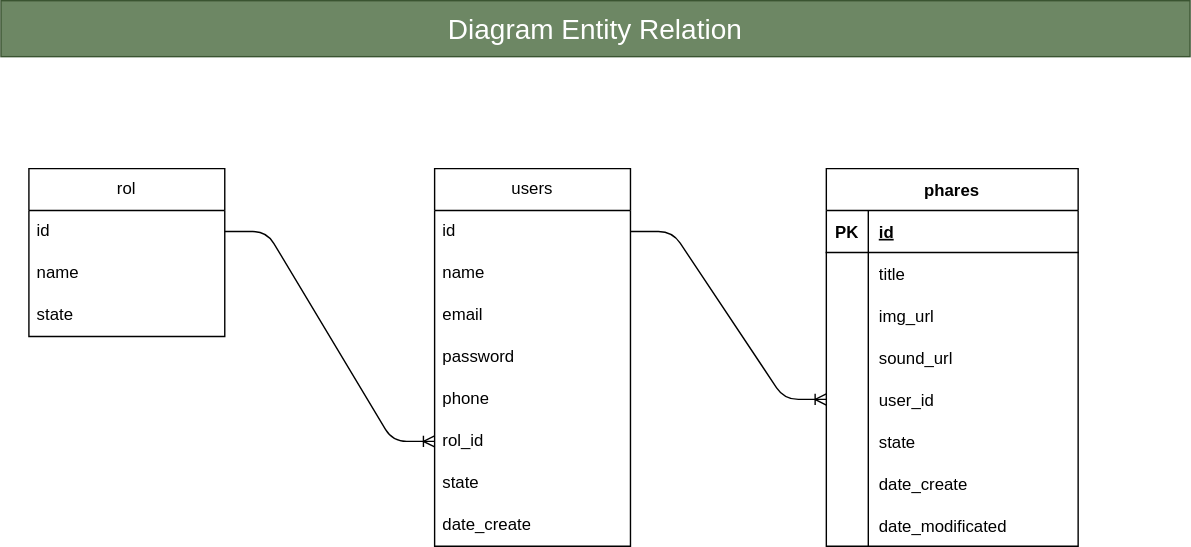
The draw.io diagram readme/backend.svg in JeanEspinoza10/backendAppLearning, before a commit. Source tidied: cells renumbered, new cells last; positions are measured from the earlier drawing's top-left corner, leaving out a move shared by most shapes.
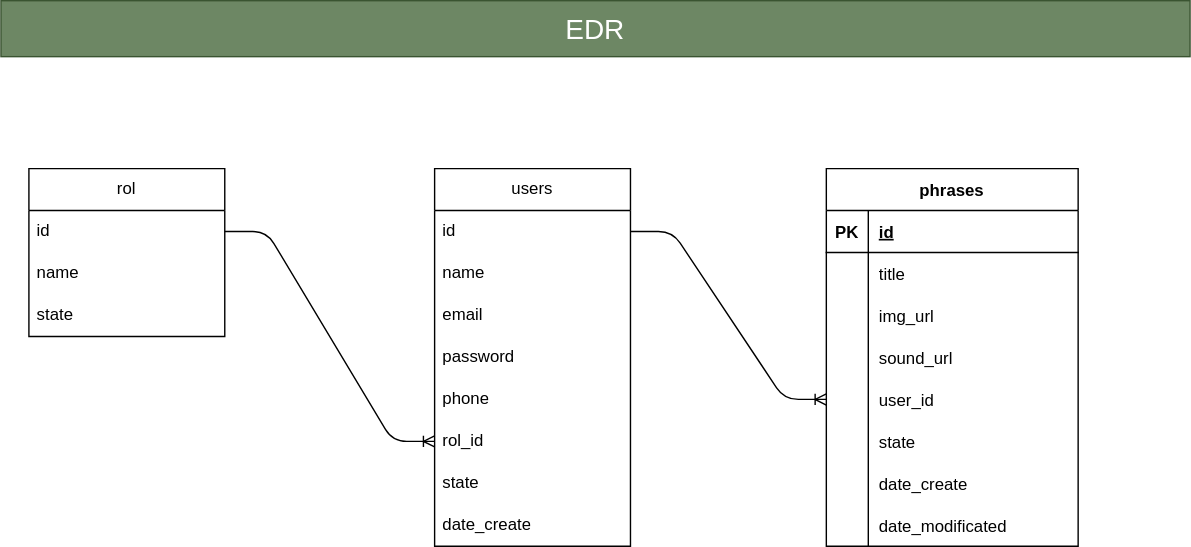
Above is the later version.

Change to the diagram source:
```diff
@@ -44,7 +44,7 @@
     <mxCell id="15" style="edgeStyle=entityRelationEdgeStyle;fontSize=12;html=1;endArrow=ERoneToMany;" parent="1" edge="1" source="12" target="8">
       <mxGeometry relative="1" as="geometry" />
     </mxCell>
-    <mxCell id="16" value="phares" style="shape=table;startSize=30;rowLines=0;fontStyle=1;align=center;" parent="1" vertex="1">
+    <mxCell id="16" value="phrases" style="shape=table;startSize=30;rowLines=0;fontStyle=1;align=center;" parent="1" vertex="1">
       <mxGeometry x="590" y="120" width="180" height="270" as="geometry" />
     </mxCell>
     <mxCell id="17" style="shape=tableRow;horizontal=0;startSize=0;swimlaneHead=0;swimlaneBody=0;fillColor=none;top=0;left=0;right=0;bottom=1;" parent="16" vertex="1">
@@ -122,7 +122,7 @@
     <mxCell id="41" style="edgeStyle=entityRelationEdgeStyle;fontSize=12;html=1;endArrow=ERoneToMany;" parent="1" edge="1" source="3" target="29">
       <mxGeometry relative="1" as="geometry" />
     </mxCell>
-    <mxCell id="42" value="Diagram Entity Relation" style="text;html=1;strokeColor=#3A5431;fillColor=#6d8764;align=center;verticalAlign=middle;whiteSpace=wrap;rounded=0;fontColor=#ffffff;fontSize=20;" parent="1" vertex="1">
+    <mxCell id="42" value="EDR" style="text;html=1;strokeColor=#3A5431;fillColor=#6d8764;align=center;verticalAlign=middle;whiteSpace=wrap;rounded=0;fontColor=#ffffff;fontSize=20;" parent="1" vertex="1">
       <mxGeometry width="850" height="40" as="geometry" />
     </mxCell>
   </root>
```
